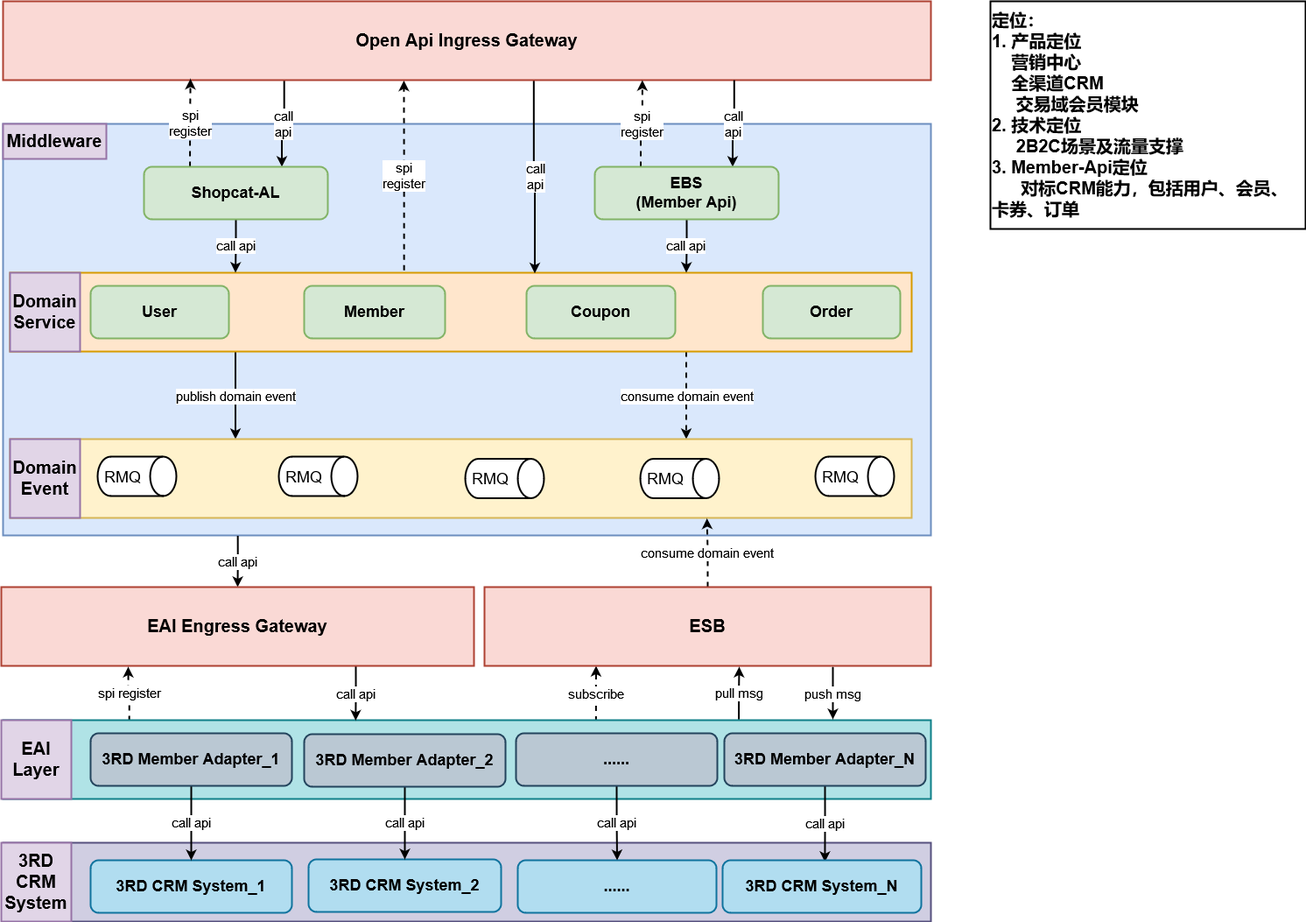
Above: Shopcat.drawio.png in jackie-thank/beego-authz (draw.io), before the change. Source tidied: cells renumbered, new cells last; positions are measured from the earlier drawing's top-left corner, leaving out a move shared by most shapes.
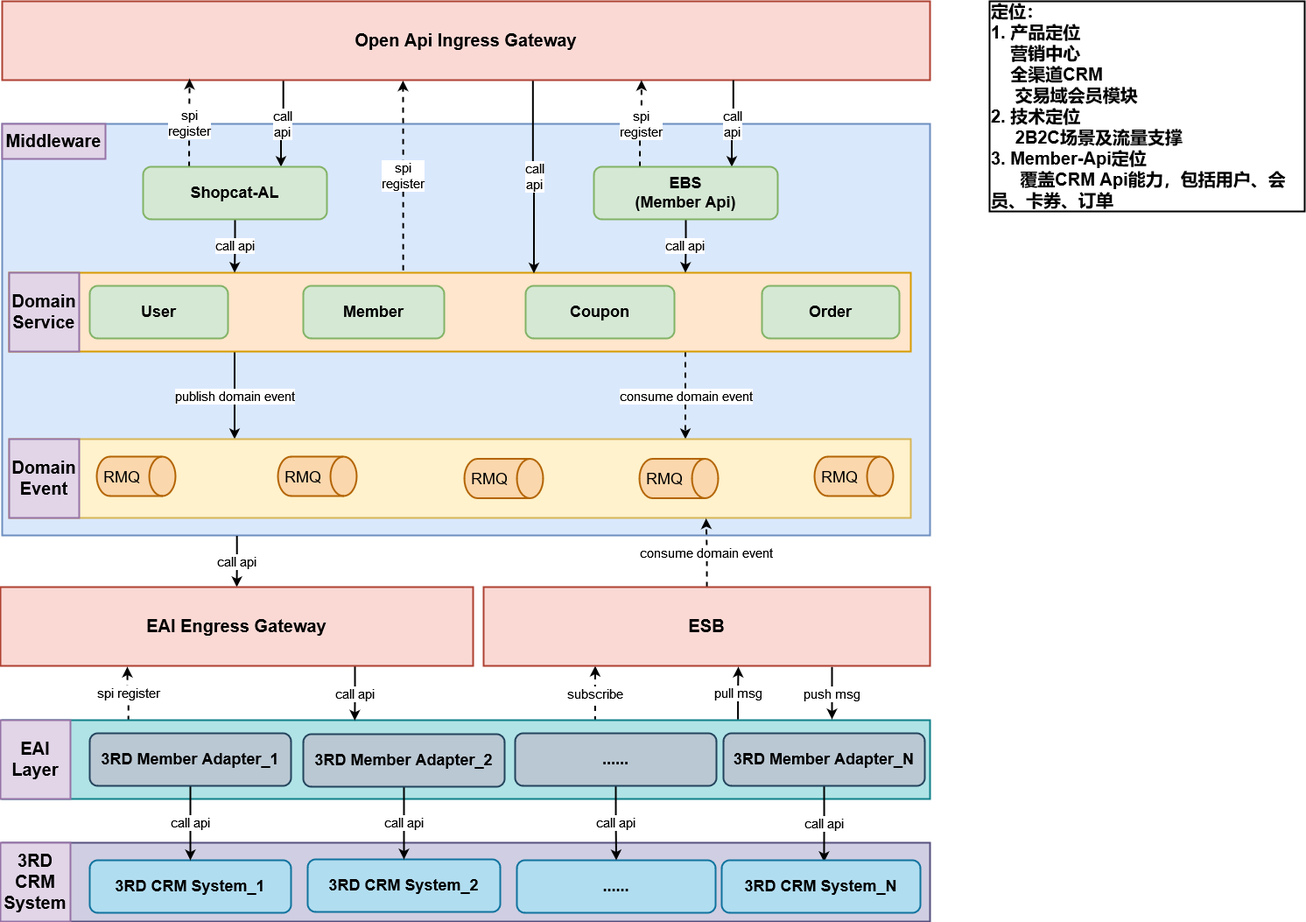
The same diagram one commit later.

The edit, as a diff of the source:
```diff
@@ -141,7 +141,7 @@
     <mxCell id="46" style="group;strokeWidth=2;fontSize=18;" parent="1" vertex="1">
       <mxGeometry x="110" y="520" width="90" height="45" as="geometry" />
     </mxCell>
-    <mxCell id="47" style="shape=cylinder3;whiteSpace=wrap;html=1;boundedLbl=1;backgroundOutline=1;size=15;strokeWidth=2;fontSize=18;rotation=90;" parent="46" vertex="1">
+    <mxCell id="47" style="shape=cylinder3;whiteSpace=wrap;html=1;boundedLbl=1;backgroundOutline=1;size=15;strokeWidth=2;fontSize=18;rotation=90;fillColor=#fad7ac;strokeColor=#b46504;" parent="46" vertex="1">
       <mxGeometry x="22.5" y="-22.5" width="45" height="90" as="geometry" />
     </mxCell>
     <mxCell id="48" value="RMQ" style="text;html=1;strokeColor=none;fillColor=none;align=center;verticalAlign=middle;whiteSpace=wrap;rounded=0;strokeWidth=2;fontSize=18;" parent="46" vertex="1">
@@ -150,7 +150,7 @@
     <mxCell id="49" style="group;strokeWidth=2;fontSize=18;" parent="1" vertex="1">
       <mxGeometry x="317" y="520" width="90" height="45" as="geometry" />
     </mxCell>
-    <mxCell id="50" style="shape=cylinder3;whiteSpace=wrap;html=1;boundedLbl=1;backgroundOutline=1;size=15;strokeWidth=2;fontSize=18;rotation=90;" parent="49" vertex="1">
+    <mxCell id="50" style="shape=cylinder3;whiteSpace=wrap;html=1;boundedLbl=1;backgroundOutline=1;size=15;strokeWidth=2;fontSize=18;rotation=90;fillColor=#fad7ac;strokeColor=#b46504;" parent="49" vertex="1">
       <mxGeometry x="22.5" y="-22.5" width="45" height="90" as="geometry" />
     </mxCell>
     <mxCell id="51" value="RMQ" style="text;html=1;strokeColor=none;fillColor=none;align=center;verticalAlign=middle;whiteSpace=wrap;rounded=0;strokeWidth=2;fontSize=18;" parent="49" vertex="1">
@@ -159,7 +159,7 @@
     <mxCell id="52" style="group;strokeWidth=2;fontSize=18;" parent="1" vertex="1">
       <mxGeometry x="530" y="522.5" width="90" height="45" as="geometry" />
     </mxCell>
-    <mxCell id="53" style="shape=cylinder3;whiteSpace=wrap;html=1;boundedLbl=1;backgroundOutline=1;size=15;strokeWidth=2;fontSize=18;rotation=90;" parent="52" vertex="1">
+    <mxCell id="53" style="shape=cylinder3;whiteSpace=wrap;html=1;boundedLbl=1;backgroundOutline=1;size=15;strokeWidth=2;fontSize=18;rotation=90;fillColor=#fad7ac;strokeColor=#b46504;" parent="52" vertex="1">
       <mxGeometry x="22.5" y="-22.5" width="45" height="90" as="geometry" />
     </mxCell>
     <mxCell id="54" value="RMQ" style="text;html=1;strokeColor=none;fillColor=none;align=center;verticalAlign=middle;whiteSpace=wrap;rounded=0;strokeWidth=2;fontSize=18;" parent="52" vertex="1">
@@ -168,7 +168,7 @@
     <mxCell id="55" style="group;strokeWidth=2;fontSize=18;" parent="1" vertex="1">
       <mxGeometry x="730" y="522.5" width="90" height="45" as="geometry" />
     </mxCell>
-    <mxCell id="56" style="shape=cylinder3;whiteSpace=wrap;html=1;boundedLbl=1;backgroundOutline=1;size=15;strokeWidth=2;fontSize=18;rotation=90;" parent="55" vertex="1">
+    <mxCell id="56" style="shape=cylinder3;whiteSpace=wrap;html=1;boundedLbl=1;backgroundOutline=1;size=15;strokeWidth=2;fontSize=18;rotation=90;fillColor=#fad7ac;strokeColor=#b46504;" parent="55" vertex="1">
       <mxGeometry x="22.5" y="-22.5" width="45" height="90" as="geometry" />
     </mxCell>
     <mxCell id="57" value="RMQ" style="text;html=1;strokeColor=none;fillColor=none;align=center;verticalAlign=middle;whiteSpace=wrap;rounded=0;strokeWidth=2;fontSize=18;" parent="55" vertex="1">
@@ -177,7 +177,7 @@
     <mxCell id="58" style="group;strokeWidth=2;fontSize=18;" parent="1" vertex="1">
       <mxGeometry x="930" y="520" width="90" height="45" as="geometry" />
     </mxCell>
-    <mxCell id="59" style="shape=cylinder3;whiteSpace=wrap;html=1;boundedLbl=1;backgroundOutline=1;size=15;strokeWidth=2;fontSize=18;rotation=90;" parent="58" vertex="1">
+    <mxCell id="59" style="shape=cylinder3;whiteSpace=wrap;html=1;boundedLbl=1;backgroundOutline=1;size=15;strokeWidth=2;fontSize=18;rotation=90;fillColor=#fad7ac;strokeColor=#b46504;" parent="58" vertex="1">
       <mxGeometry x="22.5" y="-22.5" width="45" height="90" as="geometry" />
     </mxCell>
     <mxCell id="60" value="RMQ" style="text;html=1;strokeColor=none;fillColor=none;align=center;verticalAlign=middle;whiteSpace=wrap;rounded=0;strokeWidth=2;fontSize=18;" parent="58" vertex="1">
@@ -198,8 +198,8 @@
     <mxCell id="64" value="ESB" style="rounded=0;whiteSpace=wrap;html=1;strokeWidth=2;fontSize=20;fontStyle=1;fillColor=#fad9d5;strokeColor=#ae4132;" parent="1" vertex="1">
       <mxGeometry x="552" y="669" width="510" height="90" as="geometry" />
     </mxCell>
-    <mxCell id="65" value="&lt;div style=&quot;font-size: 20px;&quot;&gt;定位：&lt;/div&gt;&lt;div style=&quot;font-size: 20px;&quot;&gt;1. 产品定位&lt;/div&gt;&lt;div style=&quot;font-size: 20px;&quot;&gt;&amp;nbsp;&amp;nbsp;&amp;nbsp; 营销中心&lt;br style=&quot;font-size: 20px;&quot;&gt;&lt;/div&gt;&lt;div style=&quot;font-size: 20px;&quot;&gt;&amp;nbsp;&amp;nbsp;&amp;nbsp; 全渠道CRM&lt;/div&gt;&lt;div style=&quot;font-size: 20px;&quot;&gt;&amp;nbsp;&amp;nbsp;&amp;nbsp;&amp;nbsp; 交易域会员模块&lt;br style=&quot;font-size: 20px;&quot;&gt;&lt;/div&gt;&lt;div style=&quot;font-size: 20px;&quot;&gt;2. 技术定位&lt;/div&gt;&lt;div style=&quot;font-size: 20px;&quot;&gt;&amp;nbsp;&amp;nbsp;&amp;nbsp;&amp;nbsp; 2B2C场景及流量支撑&lt;br style=&quot;font-size: 20px;&quot;&gt;&lt;/div&gt;&lt;div style=&quot;font-size: 20px;&quot;&gt;3. Member-Api定位&lt;/div&gt;&lt;div style=&quot;font-size: 20px;&quot;&gt;&amp;nbsp;&amp;nbsp;&amp;nbsp;&amp;nbsp;&amp;nbsp; 对标CRM能力，包括用户、会员、卡券、订单&lt;br style=&quot;font-size: 20px;&quot;&gt;&lt;/div&gt;" style="rounded=0;whiteSpace=wrap;html=1;strokeWidth=2;fontSize=20;align=left;fontStyle=1;" parent="1" vertex="1">
-      <mxGeometry x="1130" width="360" height="260" as="geometry" />
+    <mxCell id="65" value="&lt;div style=&quot;font-size: 20px;&quot;&gt;定位：&lt;/div&gt;&lt;div style=&quot;font-size: 20px;&quot;&gt;1. 产品定位&lt;/div&gt;&lt;div style=&quot;font-size: 20px;&quot;&gt;&amp;nbsp;&amp;nbsp;&amp;nbsp; 营销中心&lt;br style=&quot;font-size: 20px;&quot;&gt;&lt;/div&gt;&lt;div style=&quot;font-size: 20px;&quot;&gt;&amp;nbsp;&amp;nbsp;&amp;nbsp; 全渠道CRM&lt;/div&gt;&lt;div style=&quot;font-size: 20px;&quot;&gt;&amp;nbsp;&amp;nbsp;&amp;nbsp;&amp;nbsp; 交易域会员模块&lt;br style=&quot;font-size: 20px;&quot;&gt;&lt;/div&gt;&lt;div style=&quot;font-size: 20px;&quot;&gt;2. 技术定位&lt;/div&gt;&lt;div style=&quot;font-size: 20px;&quot;&gt;&amp;nbsp;&amp;nbsp;&amp;nbsp;&amp;nbsp; 2B2C场景及流量支撑&lt;br style=&quot;font-size: 20px;&quot;&gt;&lt;/div&gt;&lt;div style=&quot;font-size: 20px;&quot;&gt;3. Member-Api定位&lt;/div&gt;&lt;div style=&quot;font-size: 20px;&quot;&gt;&amp;nbsp;&amp;nbsp;&amp;nbsp;&amp;nbsp;&amp;nbsp; 覆盖CRM Api能力，包括用户、会员、卡券、订单&lt;br style=&quot;font-size: 20px;&quot;&gt;&lt;/div&gt;" style="rounded=0;whiteSpace=wrap;html=1;strokeWidth=2;fontSize=20;align=left;fontStyle=1;" parent="1" vertex="1">
+      <mxGeometry x="1130" width="360" height="240" as="geometry" />
     </mxCell>
   </root>
 </mxGraphModel>
```
